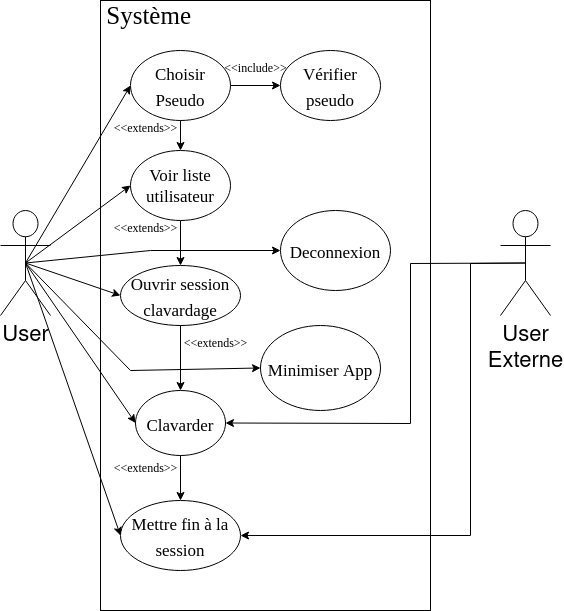
The draw.io diagram Projet/UML/Images/Usecase_User.drawio.png in Newglear/UF_projet_java, before a commit. Source tidied: cells renumbered, new cells last; positions are measured from the earlier drawing's top-left corner, leaving out a move shared by most shapes.
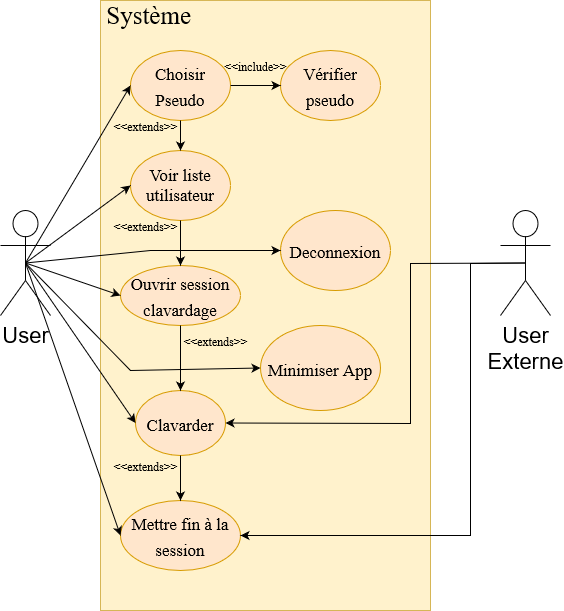
After the commit.

Change to the diagram source:
```diff
@@ -2,31 +2,31 @@
   <root>
     <mxCell id="0" />
     <mxCell id="1" parent="0" />
-    <mxCell id="2" value="&lt;font style=&quot;font-size: 25px;&quot; face=&quot;Times New Roman&quot;&gt;&amp;nbsp;Système&lt;/font&gt;" style="verticalAlign=top;align=left;overflow=fill;fontSize=12;fontFamily=Helvetica;html=1;" parent="1" vertex="1">
+    <mxCell id="2" value="&lt;font style=&quot;font-size: 25px;&quot; face=&quot;Times New Roman&quot;&gt;&amp;nbsp;Système&lt;/font&gt;" style="verticalAlign=top;align=left;overflow=fill;fontSize=12;fontFamily=Helvetica;html=1;fillColor=#fff2cc;strokeColor=#d6b656;" parent="1" vertex="1">
       <mxGeometry x="100" width="330" height="610" as="geometry" />
     </mxCell>
     <mxCell id="3" value="&lt;font style=&quot;font-size: 22px;&quot;&gt;User&lt;/font&gt;" style="shape=umlActor;verticalLabelPosition=bottom;verticalAlign=top;html=1;" parent="1" vertex="1">
       <mxGeometry y="210" width="50" height="105" as="geometry" />
     </mxCell>
-    <mxCell id="4" value="&lt;font style=&quot;font-size: 17px;&quot;&gt;Choisir Pseudo&lt;/font&gt;" style="ellipse;whiteSpace=wrap;html=1;fontFamily=Times New Roman;fontSize=22;" parent="1" vertex="1">
+    <mxCell id="4" value="&lt;font style=&quot;font-size: 17px;&quot;&gt;Choisir Pseudo&lt;/font&gt;" style="ellipse;whiteSpace=wrap;html=1;fontFamily=Times New Roman;fontSize=22;fillColor=#ffe6cc;strokeColor=#d79b00;" parent="1" vertex="1">
       <mxGeometry x="130" y="50" width="100" height="70" as="geometry" />
     </mxCell>
-    <mxCell id="5" value="&lt;font style=&quot;font-size: 17px;&quot;&gt;Vérifier pseudo&lt;/font&gt;" style="ellipse;whiteSpace=wrap;html=1;fontFamily=Times New Roman;fontSize=22;" parent="1" vertex="1">
+    <mxCell id="5" value="&lt;font style=&quot;font-size: 17px;&quot;&gt;Vérifier pseudo&lt;/font&gt;" style="ellipse;whiteSpace=wrap;html=1;fontFamily=Times New Roman;fontSize=22;fillColor=#ffe6cc;strokeColor=#d79b00;" parent="1" vertex="1">
       <mxGeometry x="280" y="50" width="100" height="70" as="geometry" />
     </mxCell>
-    <mxCell id="6" value="&lt;font style=&quot;font-size: 17px;&quot;&gt;Clavarder&lt;/font&gt;" style="ellipse;whiteSpace=wrap;html=1;fontFamily=Times New Roman;fontSize=22;" parent="1" vertex="1">
+    <mxCell id="6" value="&lt;font style=&quot;font-size: 17px;&quot;&gt;Clavarder&lt;/font&gt;" style="ellipse;whiteSpace=wrap;html=1;fontFamily=Times New Roman;fontSize=22;fillColor=#ffe6cc;strokeColor=#d79b00;" parent="1" vertex="1">
       <mxGeometry x="135" y="390" width="90" height="65" as="geometry" />
     </mxCell>
-    <mxCell id="7" value="&lt;font style=&quot;font-size: 17px;&quot;&gt;Ouvrir session clavardage&lt;/font&gt;" style="ellipse;whiteSpace=wrap;html=1;fontFamily=Times New Roman;fontSize=22;" parent="1" vertex="1">
+    <mxCell id="7" value="&lt;font style=&quot;font-size: 17px;&quot;&gt;Ouvrir session clavardage&lt;/font&gt;" style="ellipse;whiteSpace=wrap;html=1;fontFamily=Times New Roman;fontSize=22;fillColor=#ffe6cc;strokeColor=#d79b00;" parent="1" vertex="1">
       <mxGeometry x="120" y="265" width="120" height="60" as="geometry" />
     </mxCell>
-    <mxCell id="8" value="&lt;font style=&quot;font-size: 17px;&quot;&gt;Minimiser App&lt;/font&gt;" style="ellipse;whiteSpace=wrap;html=1;fontFamily=Times New Roman;fontSize=22;" parent="1" vertex="1">
+    <mxCell id="8" value="&lt;font style=&quot;font-size: 17px;&quot;&gt;Minimiser App&lt;/font&gt;" style="ellipse;whiteSpace=wrap;html=1;fontFamily=Times New Roman;fontSize=22;fillColor=#ffe6cc;strokeColor=#d79b00;" parent="1" vertex="1">
       <mxGeometry x="260" y="325" width="120" height="85" as="geometry" />
     </mxCell>
-    <mxCell id="9" value="&lt;font style=&quot;font-size: 17px;&quot;&gt;Mettre fin à la session &lt;/font&gt;" style="ellipse;whiteSpace=wrap;html=1;fontFamily=Times New Roman;fontSize=22;" parent="1" vertex="1">
+    <mxCell id="9" value="&lt;font style=&quot;font-size: 17px;&quot;&gt;Mettre fin à la session &lt;/font&gt;" style="ellipse;whiteSpace=wrap;html=1;fontFamily=Times New Roman;fontSize=22;fillColor=#ffe6cc;strokeColor=#d79b00;" parent="1" vertex="1">
       <mxGeometry x="120" y="500" width="120" height="70" as="geometry" />
     </mxCell>
-    <mxCell id="10" value="&lt;font style=&quot;font-size: 17px;&quot;&gt;Deconnexion&lt;/font&gt;" style="ellipse;whiteSpace=wrap;html=1;fontFamily=Times New Roman;fontSize=22;" parent="1" vertex="1">
+    <mxCell id="10" value="&lt;font style=&quot;font-size: 17px;&quot;&gt;Deconnexion&lt;/font&gt;" style="ellipse;whiteSpace=wrap;html=1;fontFamily=Times New Roman;fontSize=22;fillColor=#ffe6cc;strokeColor=#d79b00;" parent="1" vertex="1">
       <mxGeometry x="280" y="210" width="110" height="80" as="geometry" />
     </mxCell>
     <mxCell id="11" style="endArrow=classic;html=1;rounded=0;fontFamily=Times New Roman;fontSize=17;exitX=1;exitY=0.5;exitDx=0;exitDy=0;entryX=0;entryY=0.5;entryDx=0;entryDy=0;" parent="1" edge="1" source="4" target="5">
@@ -35,7 +35,7 @@
     <mxCell id="12" value="&lt;font style=&quot;font-size: 12px;&quot;&gt;&amp;lt;&amp;lt;include&amp;gt;&amp;gt;&lt;/font&gt;" style="text;html=1;align=center;verticalAlign=middle;strokeColor=none;fillColor=none;fontSize=17;fontFamily=Times New Roman;" parent="1" vertex="1">
       <mxGeometry x="210" y="50" width="90" height="30" as="geometry" />
     </mxCell>
-    <mxCell id="13" value="&lt;font style=&quot;font-size: 17px;&quot;&gt;Voir liste utilisateur&lt;br&gt;&lt;/font&gt;" style="ellipse;whiteSpace=wrap;html=1;fontFamily=Times New Roman;fontSize=12;" parent="1" vertex="1">
+    <mxCell id="13" value="&lt;font style=&quot;font-size: 17px;&quot;&gt;Voir liste utilisateur&lt;br&gt;&lt;/font&gt;" style="ellipse;whiteSpace=wrap;html=1;fontFamily=Times New Roman;fontSize=12;fillColor=#ffe6cc;strokeColor=#d79b00;" parent="1" vertex="1">
       <mxGeometry x="130" y="150" width="100" height="70" as="geometry" />
     </mxCell>
     <mxCell id="14" style="endArrow=classic;html=1;rounded=0;fontFamily=Times New Roman;fontSize=17;exitX=0.5;exitY=1;exitDx=0;exitDy=0;entryX=0.5;entryY=0;entryDx=0;entryDy=0;" parent="1" edge="1" source="4" target="13">
```
